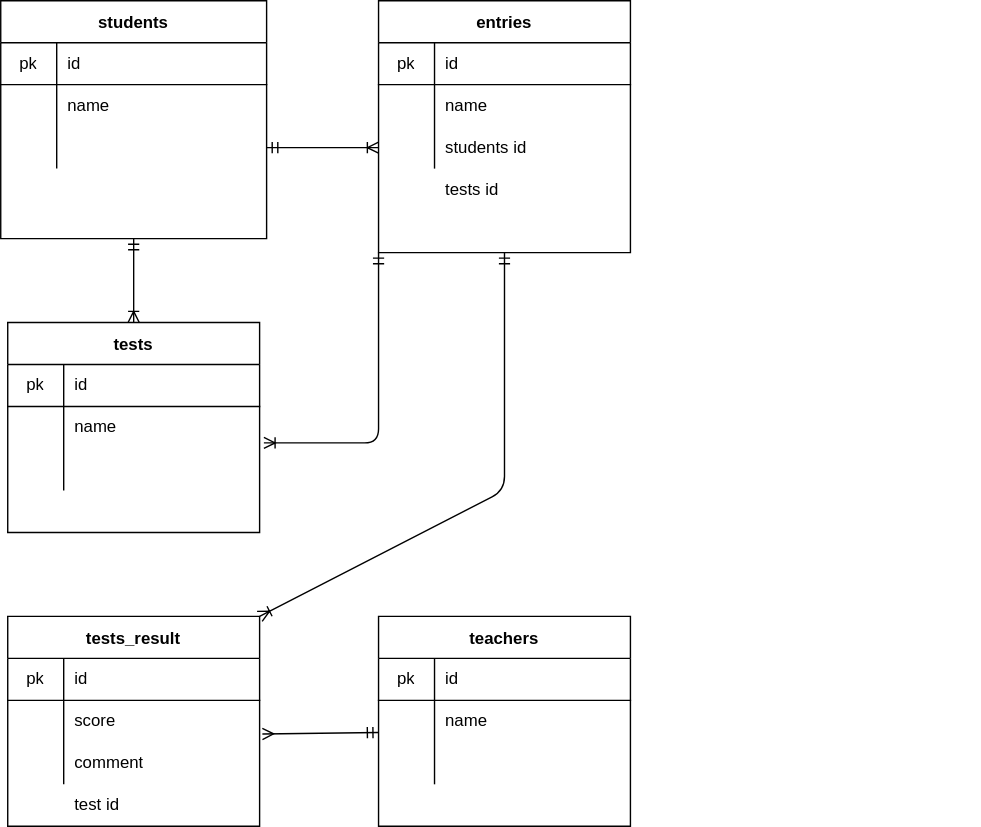
Before: 設計テスト.drawio.svg, a diagram exported from draw.io (fujiwaramatsuri/20211219fujiwara). Source tidied: cells renumbered, new cells last; positions are measured from the earlier drawing's top-left corner, leaving out a move shared by most shapes.
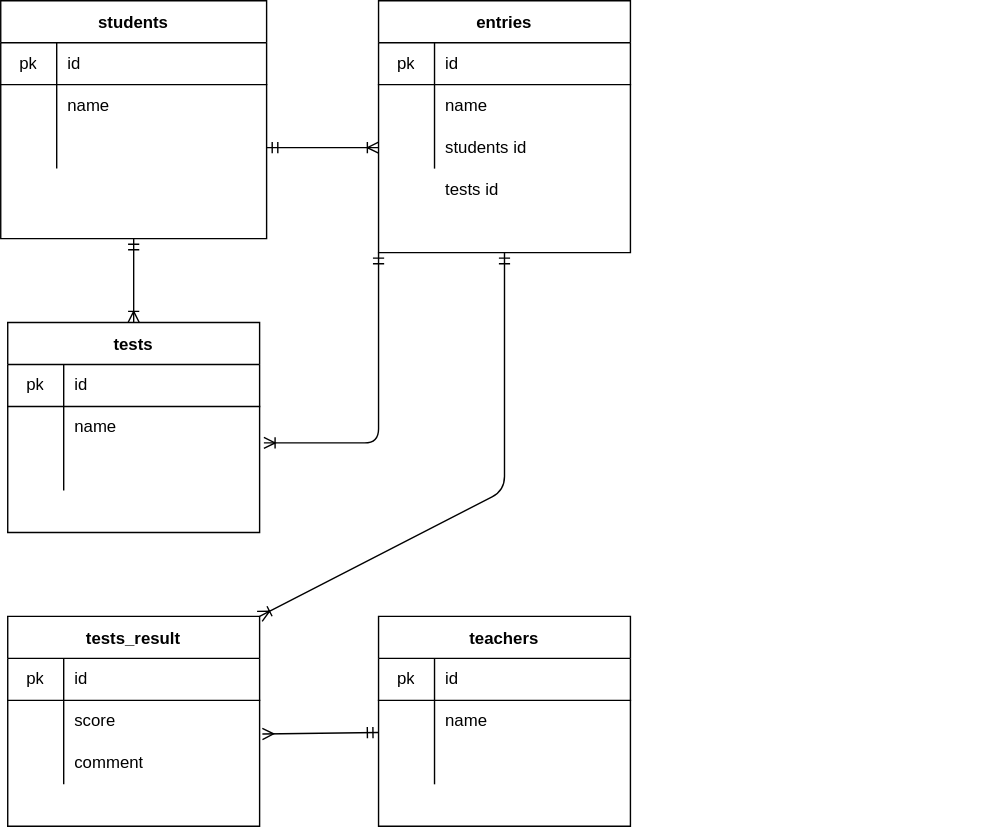
The same diagram one commit later.

Change to the diagram source:
```diff
@@ -178,9 +178,6 @@
     <mxCell id="57" style="shape=partialRectangle;html=1;whiteSpace=wrap;fillColor=none;top=0;left=0;bottom=0;right=0;align=left;spacingLeft=6;overflow=hidden;" parent="55" vertex="1">
       <mxGeometry x="40" width="140" height="30" as="geometry" />
     </mxCell>
-    <mxCell id="58" value="test id" style="shape=partialRectangle;html=1;whiteSpace=wrap;fillColor=none;top=0;left=0;bottom=0;right=0;align=left;spacingLeft=6;overflow=hidden;" parent="1" vertex="1">
-      <mxGeometry x="45" y="560" width="140" height="30" as="geometry" />
-    </mxCell>
     <mxCell id="59" value="tests id" style="shape=partialRectangle;html=1;whiteSpace=wrap;fillColor=none;top=0;left=0;bottom=0;right=0;align=left;spacingLeft=6;overflow=hidden;" parent="1" vertex="1">
       <mxGeometry x="310" y="120" width="140" height="30" as="geometry" />
     </mxCell>
```
